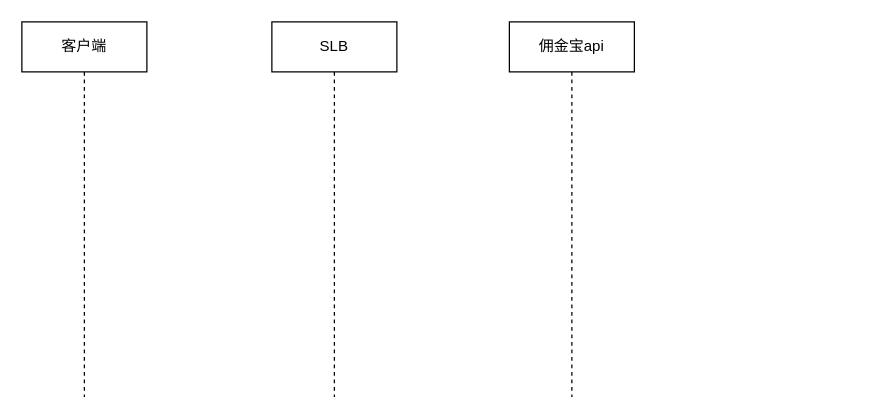
Above: Untitled Diagram.drawio in zhuobinchan/my_drow_io (draw.io), before the change. Source tidied: cells renumbered, new cells numbered last; positions are measured from the earlier drawing's top-left corner, leaving out a move shared by most shapes. Both pictures are drawn from the tidied source at 125%, with x=0, y=0 at pixel (21, 21).
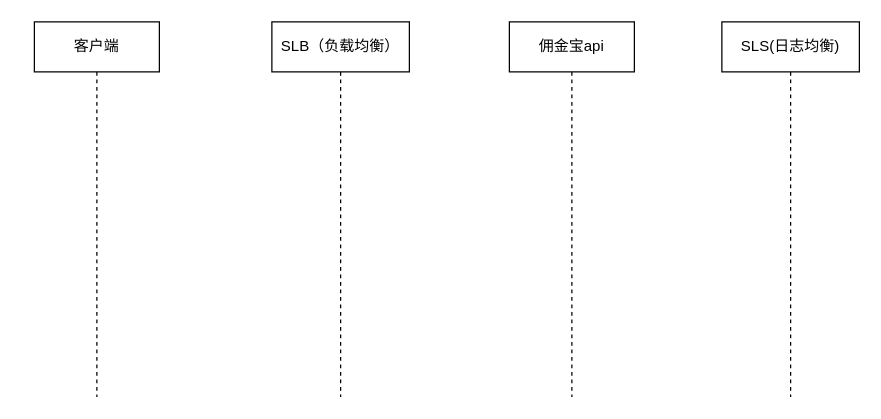
After the change.

What changed in the source:
```diff
@@
 <mxGraphModel>
   <root>
     <mxCell id="0" />
     <mxCell id="1" parent="0" />
     <mxCell id="2" value="客户端" style="shape=umlLifeline;perimeter=lifelinePerimeter;whiteSpace=wrap;html=1;" parent="1" vertex="1">
-      <mxGeometry width="100" height="300" as="geometry" />
+      <mxGeometry x="10" width="100" height="300" as="geometry" />
     </mxCell>
-    <mxCell id="3" value="SLB" style="shape=umlLifeline;perimeter=lifelinePerimeter;whiteSpace=wrap;html=1;" parent="1" vertex="1">
-      <mxGeometry x="200" width="100" height="300" as="geometry" />
+    <mxCell id="3" value="SLB（负载均衡）" style="shape=umlLifeline;perimeter=lifelinePerimeter;whiteSpace=wrap;html=1;" parent="1" vertex="1">
+      <mxGeometry x="200" width="110" height="300" as="geometry" />
     </mxCell>
     <mxCell id="4" value="佣金宝api" style="shape=umlLifeline;perimeter=lifelinePerimeter;whiteSpace=wrap;html=1;" parent="1" vertex="1">
       <mxGeometry x="390" width="100" height="300" as="geometry" />
     </mxCell>
+    <mxCell id="5" value="SLS(日志均衡)" style="shape=umlLifeline;perimeter=lifelinePerimeter;whiteSpace=wrap;html=1;" parent="1" vertex="1">
+      <mxGeometry x="560" width="110" height="300" as="geometry" />
+    </mxCell>
   </root>
 </mxGraphModel>
```
